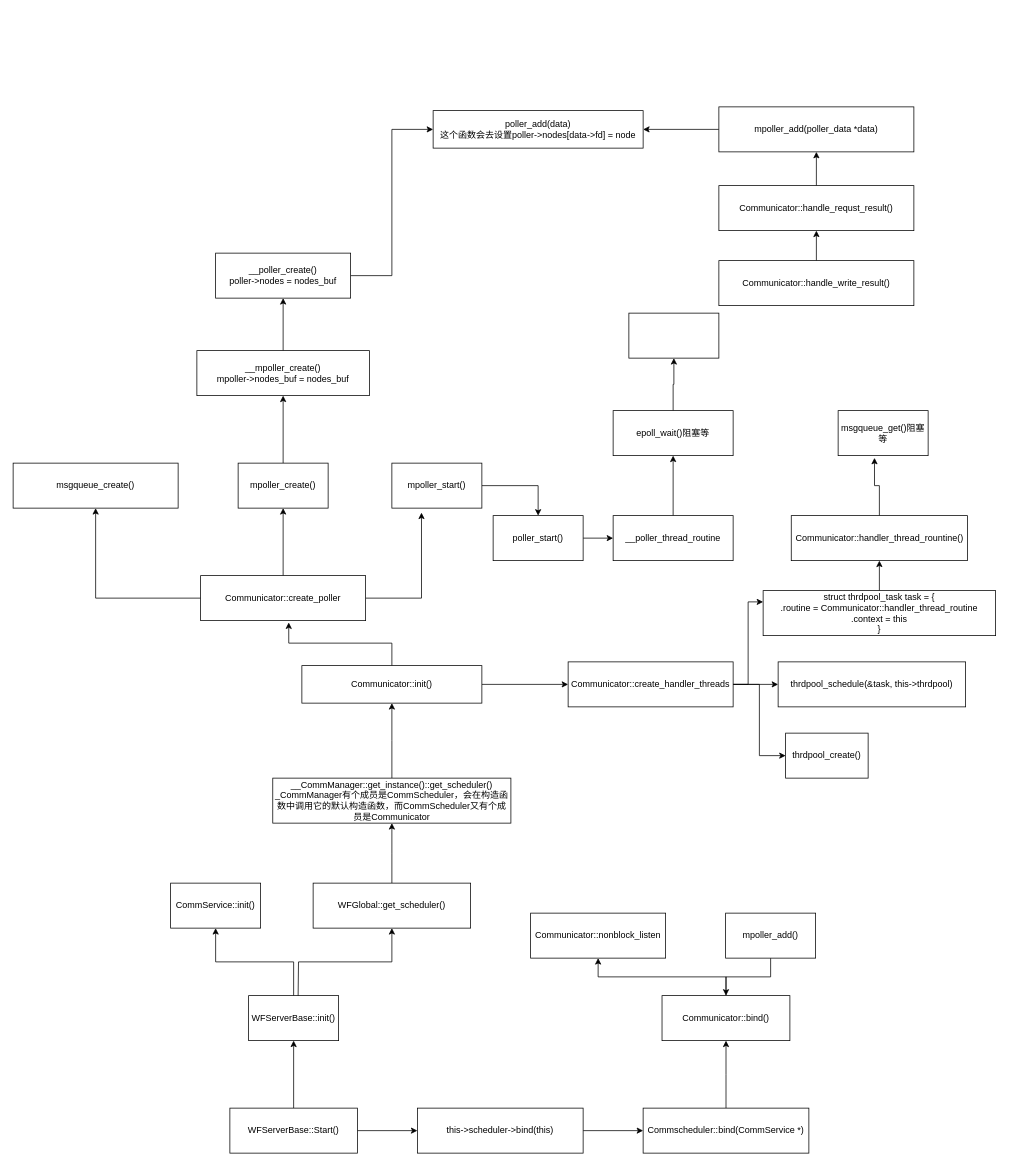
This is Untitled Diagram.drawio from doudou215/regret_q_learning, a draw.io file, before an edit. Source tidied: cells renumbered, new cells numbered last; positions are measured from the earlier drawing's top-left corner, leaving out a move shared by most shapes. Both pictures are drawn from the tidied source at 75%, with x=0, y=0 at pixel (13, 106).
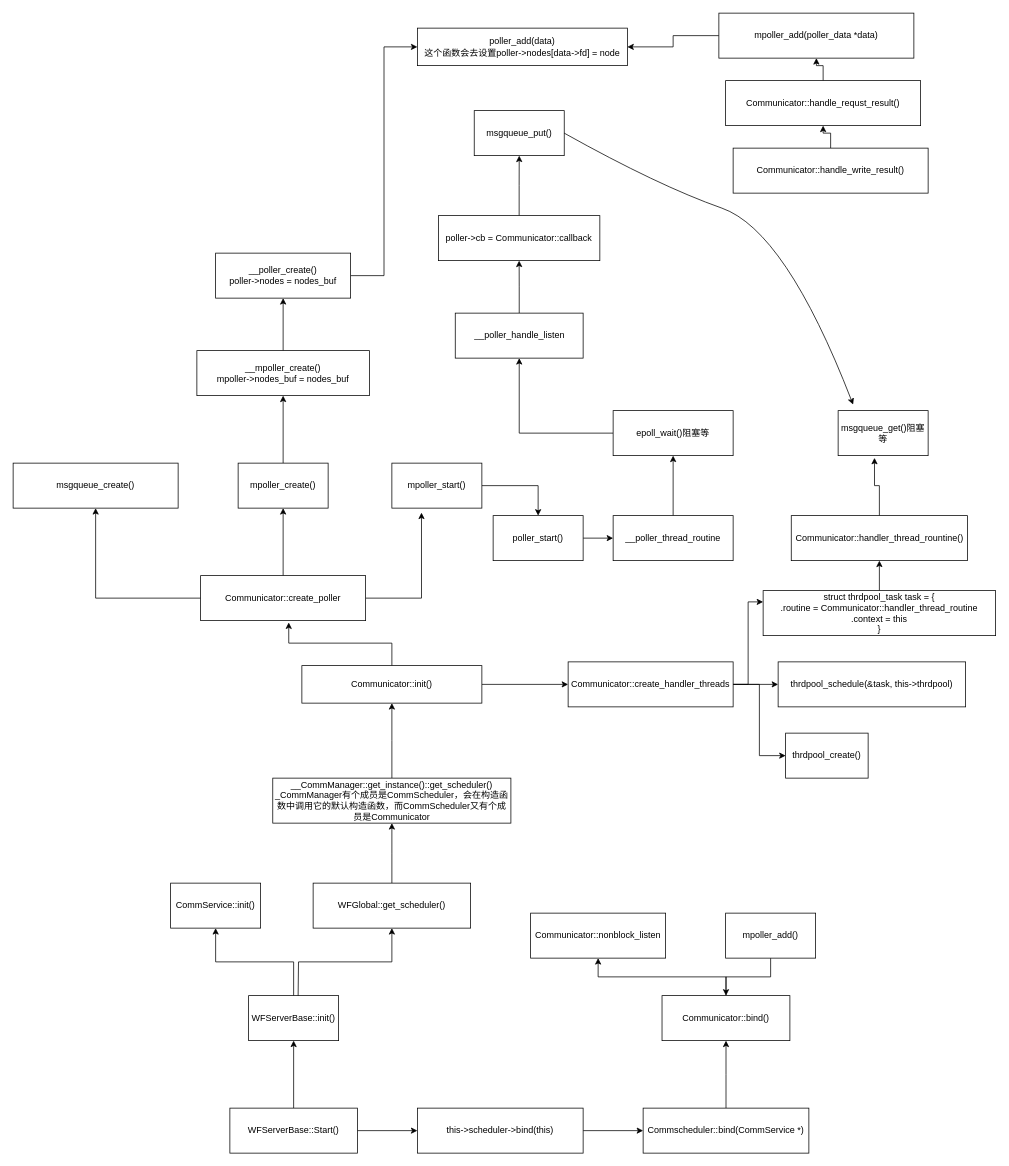
The same diagram, later.

The edit, as a diff of the source:
```diff
@@
     <mxCell id="28" value="mpoller_add(poller_data *data)" style="rounded=0;whiteSpace=wrap;html=1;" parent="1" vertex="1">
-      <mxGeometry x="941" width="260" height="60" as="geometry" />
+      <mxGeometry x="941" y="-125" width="260" height="60" as="geometry" />
     </mxCell>
     <mxCell id="29" value="poller_add(data)&lt;br&gt;这个函数会去设置poller-&amp;gt;nodes[data-&amp;gt;fd] = node" style="rounded=0;whiteSpace=wrap;html=1;" parent="1" vertex="1">
-      <mxGeometry x="560" y="5" width="280" height="50" as="geometry" />
+      <mxGeometry x="539" y="-105" width="280" height="50" as="geometry" />
     </mxCell>
@@
     <mxCell id="40" value="Communicator::handle_write_result()" style="rounded=0;whiteSpace=wrap;html=1;" parent="1" vertex="1">
-      <mxGeometry x="941" y="205" width="260" height="60" as="geometry" />
+      <mxGeometry x="960" y="55" width="260" height="60" as="geometry" />
     </mxCell>
@@
     <mxCell id="42" value="Communicator::handle_requst_result()" style="rounded=0;whiteSpace=wrap;html=1;" parent="1" vertex="1">
-      <mxGeometry x="941" y="105" width="260" height="60" as="geometry" />
+      <mxGeometry x="950" y="-35" width="260" height="60" as="geometry" />
     </mxCell>
@@
+    <mxCell id="63" style="edgeStyle=orthogonalEdgeStyle;rounded=0;jettySize=auto;html=1;" parent="1" edge="1" source="62" target="65">
+      <mxGeometry relative="1" as="geometry" />
+    </mxCell>
-    <mxCell id="62" style="whiteSpace=wrap;html=1;rounded=0;" parent="1" vertex="1">
-      <mxGeometry x="821" y="275" width="120" height="60" as="geometry" />
+    <mxCell id="62" value="__poller_handle_listen" style="whiteSpace=wrap;html=1;rounded=0;" parent="1" vertex="1">
+      <mxGeometry x="589.5" y="275" width="170.5" height="60" as="geometry" />
     </mxCell>
+    <mxCell id="64" style="edgeStyle=orthogonalEdgeStyle;rounded=0;jettySize=auto;html=1;" parent="1" edge="1" source="65" target="66">
+      <mxGeometry relative="1" as="geometry" />
+    </mxCell>
+    <mxCell id="65" value="poller-&amp;gt;cb = Communicator::callback" style="whiteSpace=wrap;html=1;rounded=0;" parent="1" vertex="1">
+      <mxGeometry x="567.1" y="145" width="215.2" height="60" as="geometry" />
+    </mxCell>
+    <mxCell id="66" value="msgqueue_put()" style="whiteSpace=wrap;html=1;rounded=0;" parent="1" vertex="1">
+      <mxGeometry x="614.8" y="5" width="120" height="60" as="geometry" />
+    </mxCell>
+    <mxCell id="67" style="curved=1;endArrow=classic;html=1;rounded=0;exitX=1;exitY=0.5;exitDx=0;exitDy=0;" parent="1" edge="1" source="66">
+      <mxGeometry relative="1" as="geometry">
+        <mxPoint x="1120" y="397" as="targetPoint" />
+        <Array as="points">
+          <mxPoint x="860" y="105" />
+          <mxPoint x="1030" y="165" />
+        </Array>
+      </mxGeometry>
+    </mxCell>
```
